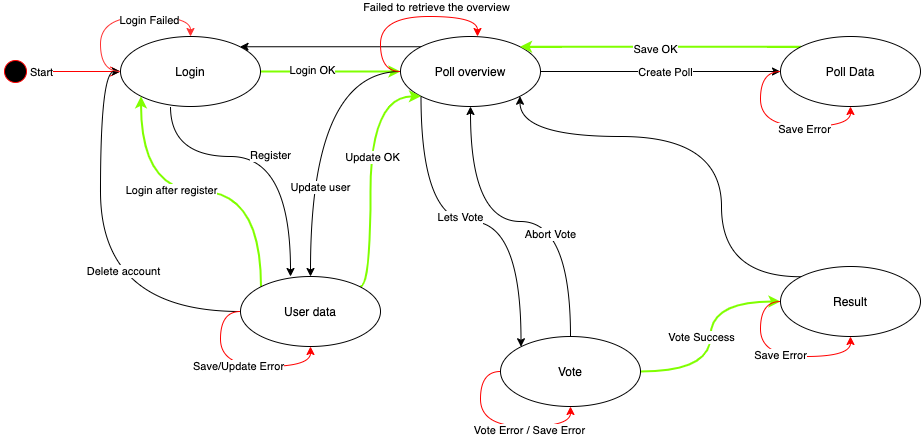
spydx/dat250gruppe9 keeps this draw.io diagram as DesignDocument/FeedApp_FlowDiagram.png. Above is the earlier version. Source tidied: cells renumbered, new cells last; positions are measured from the earlier drawing's top-left corner, leaving out a move shared by most shapes.
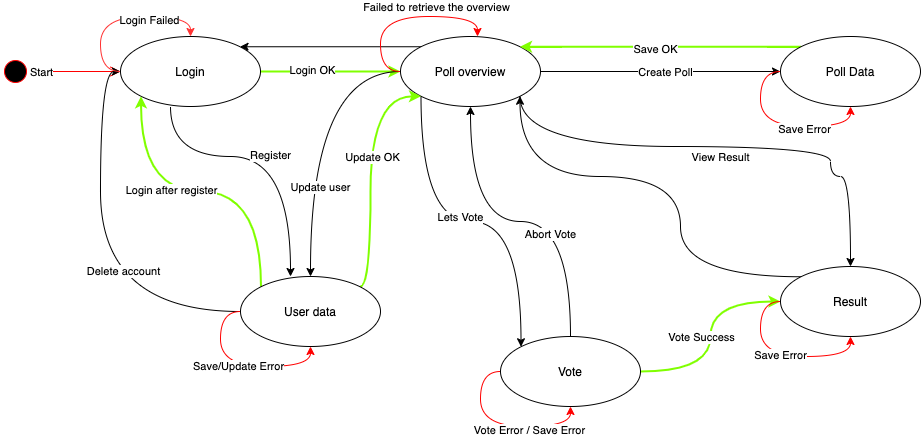
After the change.

Diff of the diagram source:
```diff
@@ -58,6 +58,21 @@
     <mxCell id="16" value="Lets Vote" style="edgeLabel;html=1;align=center;verticalAlign=middle;" parent="15" vertex="1">
       <mxGeometry x="-0.31" y="39" relative="1" as="geometry" />
     </mxCell>
+    <mxCell id="46" style="edgeStyle=orthogonalEdgeStyle;curved=1;jettySize=auto;html=1;exitX=1;exitY=1;exitDx=0;exitDy=0;entryX=0.5;entryY=0;entryDx=0;entryDy=0;strokeColor=#000000;strokeWidth=1;" parent="1" edge="1" source="17" target="31">
+      <mxGeometry relative="1" as="geometry">
+        <Array as="points">
+          <mxPoint x="520" y="130" />
+          <mxPoint x="830" y="130" />
+          <mxPoint x="830" y="160" />
+          <mxPoint x="850" y="160" />
+        </Array>
+      </mxGeometry>
+    </mxCell>
+    <mxCell id="47" value="View Result" style="edgeLabel;html=1;align=center;verticalAlign=middle;" parent="46" vertex="1">
+      <mxGeometry x="-0.21" y="-26" relative="1" as="geometry">
+        <mxPoint x="52.8" y="-16" as="offset" />
+      </mxGeometry>
+    </mxCell>
     <mxCell id="17" value="Poll overview" style="ellipse;whiteSpace=wrap;html=1;" parent="1" vertex="1">
       <mxGeometry x="400" y="20" width="140" height="70" as="geometry" />
     </mxCell>
@@ -111,8 +126,9 @@
     <mxCell id="30" style="edgeStyle=orthogonalEdgeStyle;curved=1;jettySize=auto;html=1;exitX=0;exitY=0;exitDx=0;exitDy=0;entryX=1;entryY=1;entryDx=0;entryDy=0;strokeColor=#000000;strokeWidth=1;" parent="1" edge="1" source="31" target="17">
       <mxGeometry relative="1" as="geometry">
         <Array as="points">
-          <mxPoint x="721" y="120" />
-          <mxPoint x="520" y="120" />
+          <mxPoint x="680" y="260" />
+          <mxPoint x="680" y="160" />
+          <mxPoint x="520" y="160" />
         </Array>
       </mxGeometry>
     </mxCell>
```
